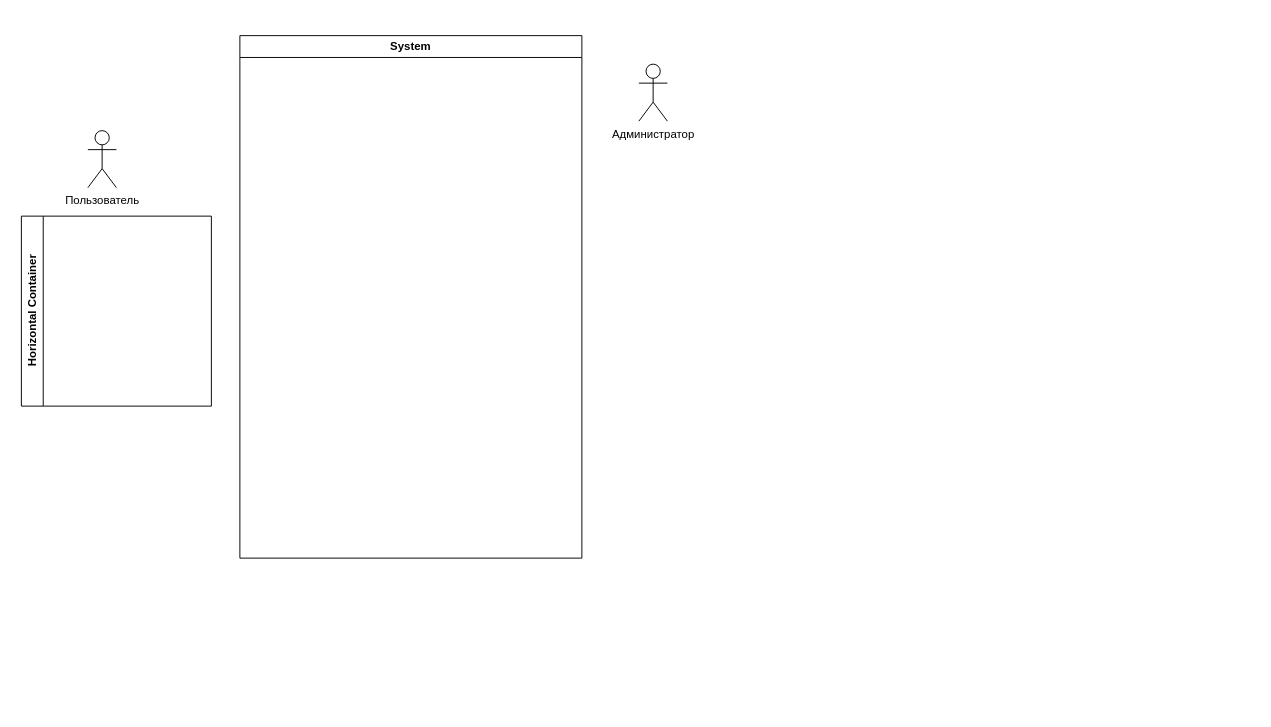
The draw.io diagram Use case.drawio in DTVibes/stepic, before the edit. Source tidied: cells renumbered, new cells numbered last; positions are measured from the earlier drawing's top-left corner, leaving out a move shared by most shapes. Both pictures are drawn from the tidied source at 95%, with x=0, y=0 at pixel (21, 35).
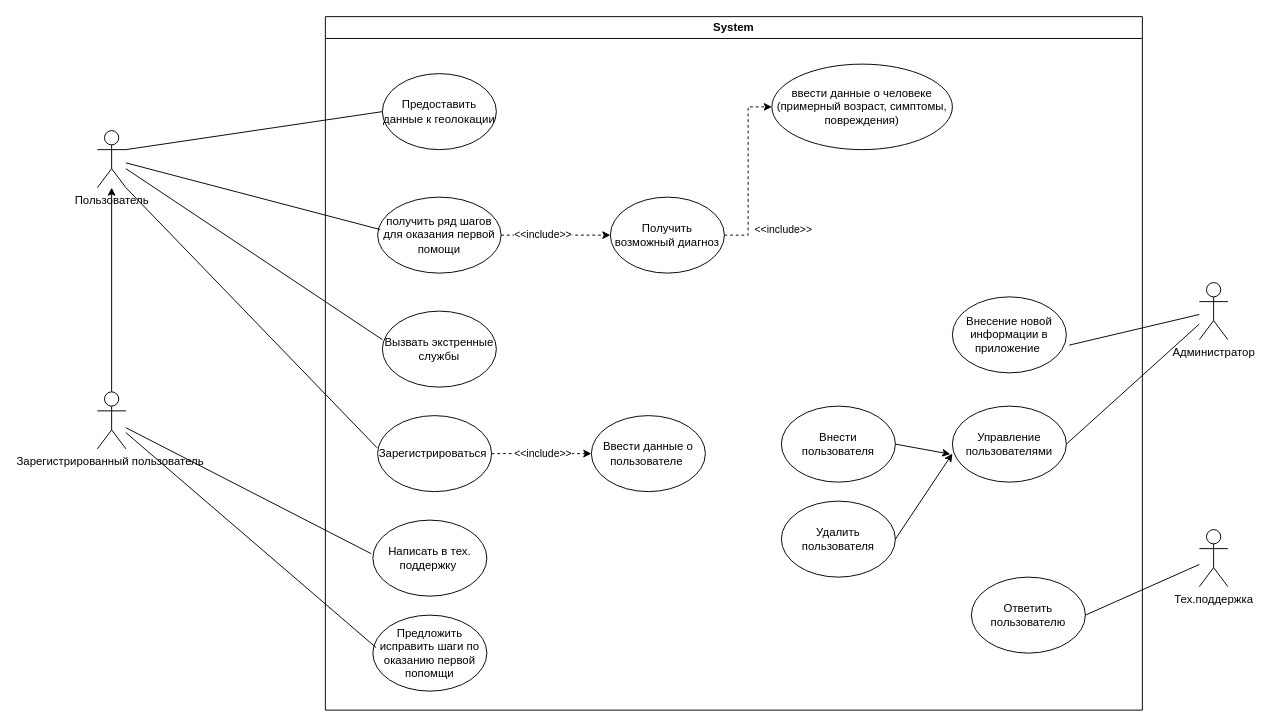
The same diagram, later.

What changed in the source:
```diff
@@
     <mxCell id="2" value="Пользователь" style="shape=umlActor;verticalLabelPosition=bottom;verticalAlign=top;html=1;outlineConnect=0;" parent="1" vertex="1">
-      <mxGeometry x="70" y="100" width="30" height="60" as="geometry" />
+      <mxGeometry x="80" y="100" width="30" height="60" as="geometry" />
     </mxCell>
     <mxCell id="3" value="System" style="swimlane;whiteSpace=wrap;html=1;" parent="1" vertex="1">
-      <mxGeometry x="230" width="360" height="550" as="geometry" />
+      <mxGeometry x="320" y="-20" width="860" height="730" as="geometry" />
     </mxCell>
+    <mxCell id="6" value="получить ряд шагов для оказания первой помощи" style="ellipse;whiteSpace=wrap;html=1;" parent="3" vertex="1">
+      <mxGeometry x="55" y="190" width="130" height="80" as="geometry" />
+    </mxCell>
+    <mxCell id="7" style="edgeStyle=orthogonalEdgeStyle;rounded=0;jettySize=auto;html=1;entryX=0;entryY=0.5;entryDx=0;entryDy=0;dashed=1;" parent="3" edge="1" source="9" target="10">
+      <mxGeometry relative="1" as="geometry" />
+    </mxCell>
+    <mxCell id="8" value="&amp;lt;&amp;lt;include&amp;gt;&amp;gt;" style="edgeLabel;html=1;align=center;verticalAlign=middle;" parent="7" vertex="1">
+      <mxGeometry x="-0.7" y="-4" relative="1" as="geometry">
+        <mxPoint x="32" y="-4" as="offset" />
+      </mxGeometry>
+    </mxCell>
+    <mxCell id="9" value="Получить возможный диагноз" style="ellipse;whiteSpace=wrap;html=1;" parent="3" vertex="1">
+      <mxGeometry x="300" y="190" width="120" height="80" as="geometry" />
+    </mxCell>
+    <mxCell id="10" value="ввести данные о человеке (примерный возраст, симптомы, повреждения)" style="ellipse;whiteSpace=wrap;html=1;" parent="3" vertex="1">
+      <mxGeometry x="470" y="50" width="190" height="90" as="geometry" />
+    </mxCell>
+    <mxCell id="11" style="edgeStyle=orthogonalEdgeStyle;rounded=0;jettySize=auto;html=1;entryX=0;entryY=0.5;entryDx=0;entryDy=0;dashed=1;" parent="3" edge="1" source="6" target="9">
+      <mxGeometry relative="1" as="geometry" />
+    </mxCell>
+    <mxCell id="12" value="&amp;lt;&amp;lt;include&amp;gt;&amp;gt;" style="edgeLabel;html=1;align=center;verticalAlign=middle;" parent="11" vertex="1">
+      <mxGeometry x="-0.26" y="-4" relative="1" as="geometry">
+        <mxPoint y="-6" as="offset" />
+      </mxGeometry>
+    </mxCell>
+    <mxCell id="13" value="Предоставить данные к геолокации" style="ellipse;whiteSpace=wrap;html=1;" parent="3" vertex="1">
+      <mxGeometry x="60" y="60" width="120" height="80" as="geometry" />
+    </mxCell>
+    <mxCell id="14" value="Вызвать экстренные службы" style="ellipse;whiteSpace=wrap;html=1;" parent="3" vertex="1">
+      <mxGeometry x="60" y="310" width="120" height="80" as="geometry" />
+    </mxCell>
+    <mxCell id="15" value="Написать в тех. поддержку&amp;nbsp;" style="ellipse;whiteSpace=wrap;html=1;" parent="3" vertex="1">
+      <mxGeometry x="50" y="530" width="120" height="80" as="geometry" />
+    </mxCell>
+    <mxCell id="16" value="Предложить исправить шаги по оказанию первой попомщи" style="ellipse;whiteSpace=wrap;html=1;" parent="3" vertex="1">
+      <mxGeometry x="50" y="630" width="120" height="80" as="geometry" />
+    </mxCell>
+    <mxCell id="17" style="edgeStyle=orthogonalEdgeStyle;rounded=0;jettySize=auto;html=1;dashed=1;" parent="3" edge="1" source="19" target="20">
+      <mxGeometry relative="1" as="geometry" />
+    </mxCell>
+    <mxCell id="18" value="&amp;lt;&amp;lt;include&amp;gt;&amp;gt;" style="edgeLabel;html=1;align=center;verticalAlign=middle;" parent="17" vertex="1">
+      <mxGeometry y="1" relative="1" as="geometry" />
+    </mxCell>
+    <mxCell id="19" value="Зарегистрироваться&amp;nbsp;" style="ellipse;whiteSpace=wrap;html=1;" parent="3" vertex="1">
+      <mxGeometry x="55" y="420" width="120" height="80" as="geometry" />
+    </mxCell>
+    <mxCell id="20" value="Ввести данные о пользователе&amp;nbsp;" style="ellipse;whiteSpace=wrap;html=1;" parent="3" vertex="1">
+      <mxGeometry x="280" y="420" width="120" height="80" as="geometry" />
+    </mxCell>
+    <mxCell id="21" value="Внесение новой информации в приложение&amp;nbsp;" style="ellipse;whiteSpace=wrap;html=1;" parent="3" vertex="1">
+      <mxGeometry x="660" y="295" width="120" height="80" as="geometry" />
+    </mxCell>
+    <mxCell id="22" value="Ответить пользователю" style="ellipse;whiteSpace=wrap;html=1;" parent="3" vertex="1">
+      <mxGeometry x="680" y="590" width="120" height="80" as="geometry" />
+    </mxCell>
+    <mxCell id="23" value="Управление пользователями" style="ellipse;whiteSpace=wrap;html=1;" parent="3" vertex="1">
+      <mxGeometry x="660" y="410" width="120" height="80" as="geometry" />
+    </mxCell>
+    <mxCell id="24" value="Удалить пользователя" style="ellipse;whiteSpace=wrap;html=1;" parent="3" vertex="1">
+      <mxGeometry x="480" y="510" width="120" height="80" as="geometry" />
+    </mxCell>
+    <mxCell id="25" value="Внести пользователя" style="ellipse;whiteSpace=wrap;html=1;" parent="3" vertex="1">
+      <mxGeometry x="480" y="410" width="120" height="80" as="geometry" />
+    </mxCell>
+    <mxCell id="26" style="endArrow=classic;html=1;rounded=0;exitX=1;exitY=0.5;exitDx=0;exitDy=0;entryX=0;entryY=0.625;entryDx=0;entryDy=0;entryPerimeter=0;" parent="3" edge="1" source="24" target="23">
+      <mxGeometry relative="1" as="geometry" />
+    </mxCell>
+    <mxCell id="27" style="endArrow=classic;html=1;rounded=0;exitX=1;exitY=0.5;exitDx=0;exitDy=0;entryX=-0.018;entryY=0.632;entryDx=0;entryDy=0;entryPerimeter=0;" parent="3" edge="1" source="25" target="23">
+      <mxGeometry relative="1" as="geometry" />
+    </mxCell>
-    <mxCell id="4" value="Администратор" style="shape=umlActor;verticalLabelPosition=bottom;verticalAlign=top;html=1;outlineConnect=0;" parent="1" vertex="1">
-      <mxGeometry x="650" y="30" width="30" height="60" as="geometry" />
+    <mxCell id="4" value="Администратор" style="shape=umlActor;verticalLabelPosition=bottom;verticalAlign=top;html=1;outlineConnect=0;" parent="3" vertex="1">
+      <mxGeometry x="920" y="280" width="30" height="60" as="geometry" />
     </mxCell>
-    <mxCell id="5" value="Horizontal Container" style="swimlane;horizontal=0;whiteSpace=wrap;html=1;" parent="1" vertex="1">
-      <mxGeometry y="190" width="200" height="200" as="geometry" />
-    </mxCell>
+    <mxCell id="28" style="endArrow=none;html=1;rounded=0;exitX=1.025;exitY=0.635;exitDx=0;exitDy=0;exitPerimeter=0;" parent="3" edge="1" source="21" target="4">
+      <mxGeometry relative="1" as="geometry" />
+    </mxCell>
+    <mxCell id="29" value="Тех.поддержка" style="shape=umlActor;verticalLabelPosition=bottom;verticalAlign=top;html=1;outlineConnect=0;" parent="3" vertex="1">
+      <mxGeometry x="920" y="540" width="30" height="60" as="geometry" />
+    </mxCell>
+    <mxCell id="30" style="endArrow=none;html=1;rounded=0;exitX=1;exitY=0.5;exitDx=0;exitDy=0;" parent="3" edge="1" source="22" target="29">
+      <mxGeometry relative="1" as="geometry" />
+    </mxCell>
+    <mxCell id="31" style="endArrow=none;html=1;rounded=0;exitX=1;exitY=0.5;exitDx=0;exitDy=0;" parent="3" edge="1" source="23" target="4">
+      <mxGeometry relative="1" as="geometry" />
+    </mxCell>
+    <mxCell id="32" style="endArrow=none;html=1;rounded=0;entryX=0.02;entryY=0.426;entryDx=0;entryDy=0;entryPerimeter=0;" parent="1" edge="1" source="2" target="6">
+      <mxGeometry relative="1" as="geometry" />
+    </mxCell>
+    <mxCell id="33" style="endArrow=none;html=1;rounded=0;entryX=0;entryY=0.5;entryDx=0;entryDy=0;exitX=1;exitY=0.3333333333333333;exitDx=0;exitDy=0;exitPerimeter=0;" parent="1" edge="1" source="2" target="13">
+      <mxGeometry relative="1" as="geometry" />
+    </mxCell>
+    <mxCell id="34" style="endArrow=none;html=1;rounded=0;entryX=0;entryY=0.375;entryDx=0;entryDy=0;entryPerimeter=0;" parent="1" edge="1" source="2" target="14">
+      <mxGeometry relative="1" as="geometry" />
+    </mxCell>
+    <mxCell id="35" style="edgeStyle=orthogonalEdgeStyle;rounded=0;jettySize=auto;html=1;" parent="1" edge="1" source="36" target="2">
+      <mxGeometry relative="1" as="geometry" />
+    </mxCell>
+    <mxCell id="36" value="Зарегистрированный пользователь&amp;nbsp;" style="shape=umlActor;verticalLabelPosition=bottom;verticalAlign=top;html=1;outlineConnect=0;" parent="1" vertex="1">
+      <mxGeometry x="80" y="375" width="30" height="60" as="geometry" />
+    </mxCell>
+    <mxCell id="37" style="endArrow=none;html=1;rounded=0;entryX=0.029;entryY=0.428;entryDx=0;entryDy=0;entryPerimeter=0;" parent="1" edge="1" source="36" target="16">
+      <mxGeometry relative="1" as="geometry" />
+    </mxCell>
+    <mxCell id="38" style="endArrow=none;html=1;rounded=0;entryX=-0.014;entryY=0.442;entryDx=0;entryDy=0;entryPerimeter=0;" parent="1" edge="1" source="36" target="15">
+      <mxGeometry relative="1" as="geometry" />
+    </mxCell>
+    <mxCell id="39" style="endArrow=none;html=1;rounded=0;entryX=1;entryY=1;entryDx=0;entryDy=0;entryPerimeter=0;exitX=-0.005;exitY=0.423;exitDx=0;exitDy=0;exitPerimeter=0;" parent="1" edge="1" source="19" target="2">
+      <mxGeometry relative="1" as="geometry" />
+    </mxCell>
```
